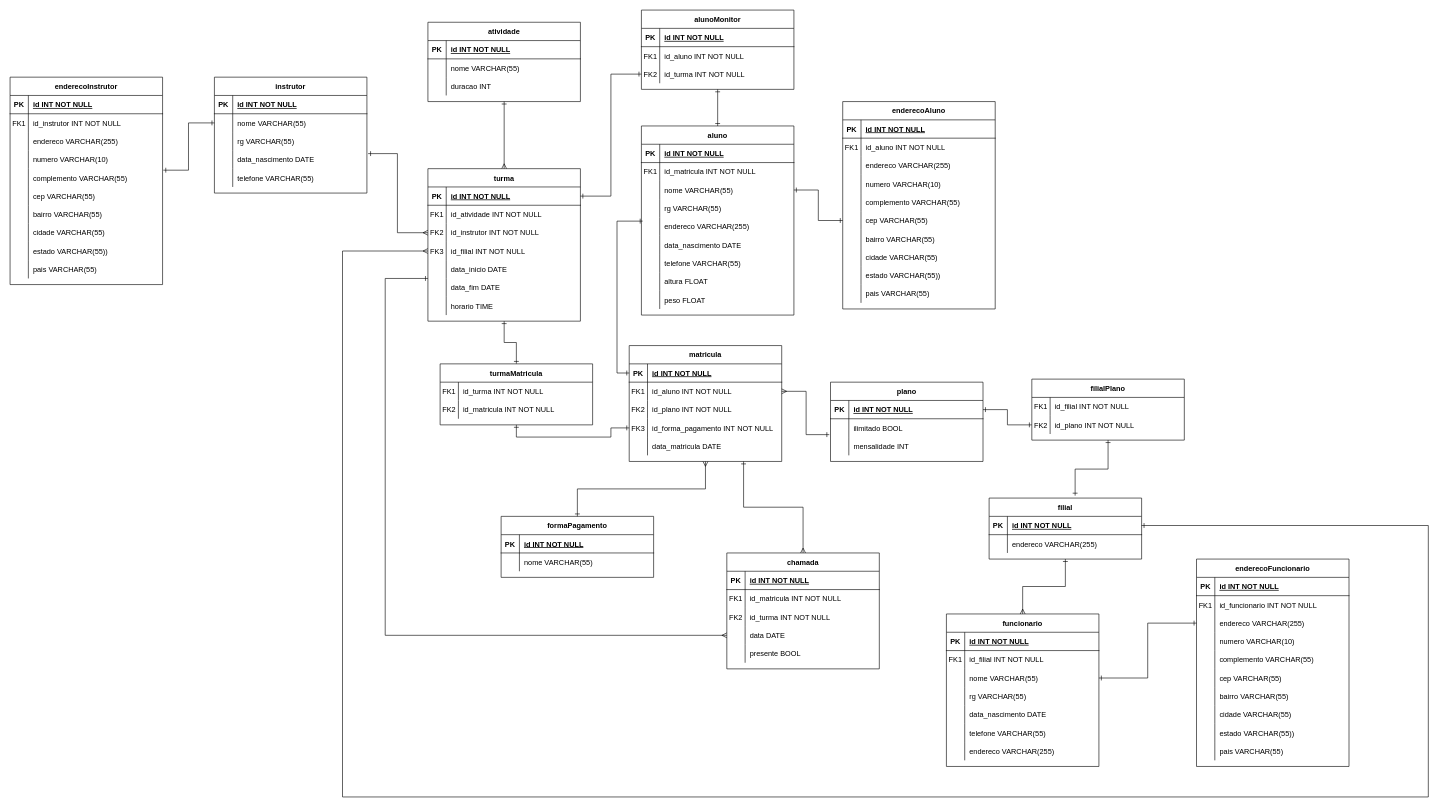
The draw.io diagram cube_fit.drawio in GustavoSouza123/ERDs, before the edit. Source tidied: cells renumbered, new cells numbered last; positions are measured from the earlier drawing's top-left corner, leaving out a move shared by most shapes. Both pictures are drawn from the tidied source at 61%, with x=0, y=0 at pixel (10, 10).
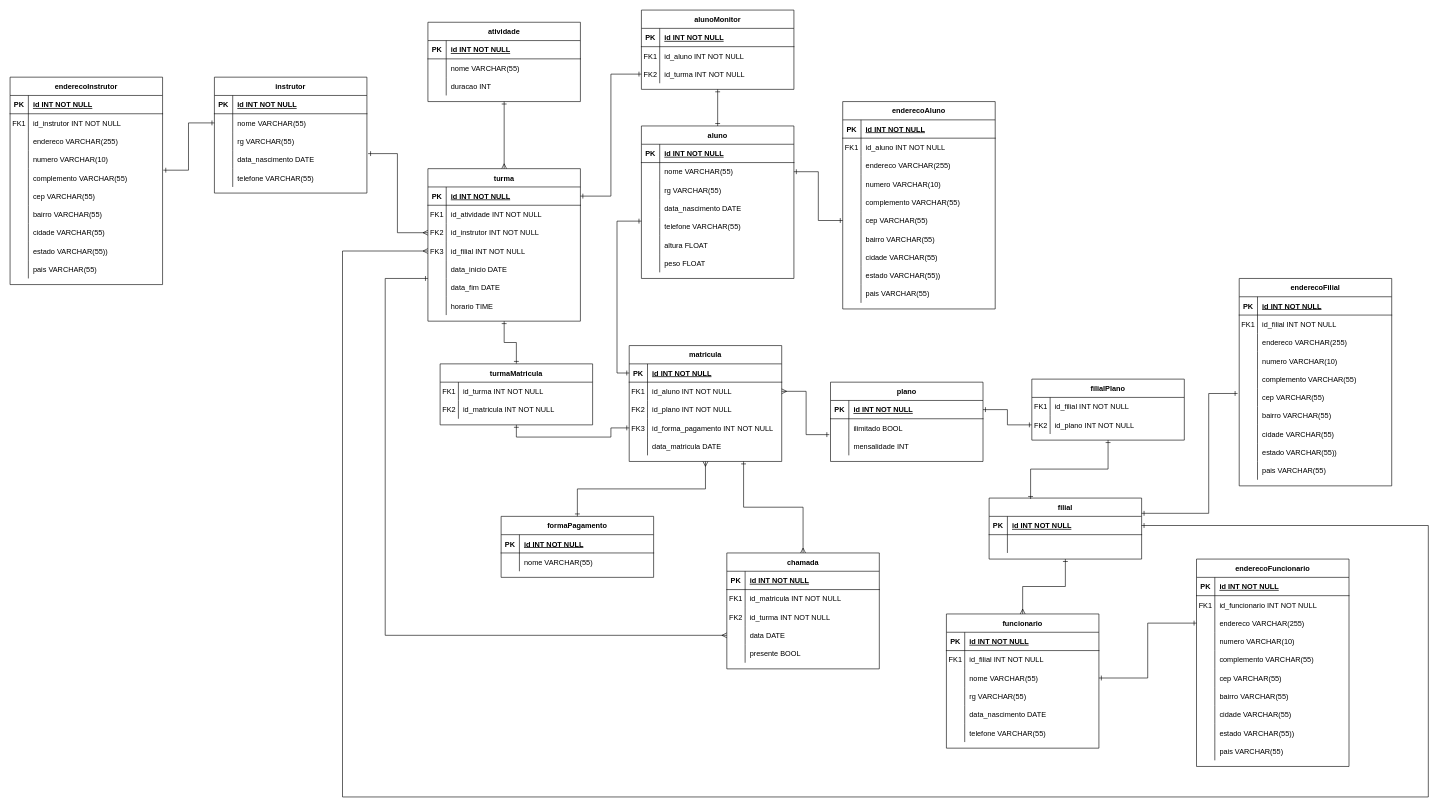
The same diagram, later.

Unchanged cells that the change refers to:
```xml
<mxCell id="97" value="filial" style="shape=table;startSize=30;childLayout=tableLayout;rowLines=0;fontStyle=1;align=center;" parent="1" vertex="1">
  <mxGeometry x="1605" y="800" width="250" height="100" as="geometry" />
</mxCell>
<mxCell id="101" style="shape=partialRectangle;fillColor=none;top=0;left=0;right=0;bottom=0;" parent="97" vertex="1">
  <mxGeometry y="60" width="250" height="30" as="geometry" />
</mxCell>
<mxCell id="113" style="shape=partialRectangle;fillColor=none;points=[[0,0.5],[1,0.5]];portConstraint=eastwest;top=0;left=0;right=0;bottom=1;" parent="112" vertex="1">
  <mxGeometry y="30" width="250" height="30" as="geometry" />
</mxCell>
<mxCell id="146" value="filialPlano" style="shape=table;startSize=30;childLayout=tableLayout;rowLines=0;fontStyle=1;align=center;" parent="1" vertex="1">
  <mxGeometry x="1675" y="605" width="250" height="100" as="geometry" />
</mxCell>
```

Diff of the diagram source:
```diff
@@
     <mxCell id="2" value="aluno" style="shape=table;startSize=30;childLayout=tableLayout;rowLines=0;fontStyle=1;align=center;" parent="1" vertex="1">
-      <mxGeometry x="1035" y="190" width="250" height="310" as="geometry" />
+      <mxGeometry x="1035" y="190" width="250" height="250" as="geometry" />
     </mxCell>
@@
-    <mxCell id="6" style="shape=partialRectangle;fillColor=none;top=0;left=0;right=0;bottom=0;" parent="2" vertex="1">
-      <mxGeometry y="60" width="250" height="30" as="geometry" />
-    </mxCell>
-    <mxCell id="7" value="FK1" style="shape=partialRectangle;overflow=hidden;fillColor=none;top=0;left=0;bottom=0;right=0;" parent="6" vertex="1">
-      <mxGeometry width="30" height="30" as="geometry" />
-    </mxCell>
-    <mxCell id="8" value="id_matricula INT NOT NULL" style="shape=partialRectangle;overflow=hidden;fillColor=none;top=0;left=0;bottom=0;right=0;align=left;spacingLeft=6;" parent="6" vertex="1">
-      <mxGeometry x="30" width="220" height="30" as="geometry" />
-    </mxCell>
     <mxCell id="9" style="shape=partialRectangle;fillColor=none;points=[[0,0.5],[1,0.5]];portConstraint=eastwest;top=0;left=0;right=0;bottom=0;" parent="2" vertex="1">
-      <mxGeometry y="90" width="250" height="30" as="geometry" />
+      <mxGeometry y="60" width="250" height="30" as="geometry" />
     </mxCell>
@@
     <mxCell id="12" style="shape=partialRectangle;fillColor=none;top=0;left=0;right=0;bottom=0;" parent="2" vertex="1">
-      <mxGeometry y="120" width="250" height="30" as="geometry" />
+      <mxGeometry y="90" width="250" height="30" as="geometry" />
     </mxCell>
@@
-    <mxCell id="15" style="shape=partialRectangle;fillColor=none;points=[[0,0.5],[1,0.5]];portConstraint=eastwest;top=0;left=0;right=0;bottom=0;" parent="2" vertex="1">
-      <mxGeometry y="150" width="250" height="30" as="geometry" />
-    </mxCell>
-    <mxCell id="16" style="shape=partialRectangle;overflow=hidden;fillColor=none;top=0;left=0;bottom=0;right=0;" parent="15" vertex="1">
-      <mxGeometry width="30" height="30" as="geometry" />
-    </mxCell>
-    <mxCell id="17" value="endereco VARCHAR(255)" style="shape=partialRectangle;overflow=hidden;fillColor=none;top=0;left=0;bottom=0;right=0;align=left;spacingLeft=6;" parent="15" vertex="1">
-      <mxGeometry x="30" width="220" height="30" as="geometry" />
-    </mxCell>
     <mxCell id="18" style="shape=partialRectangle;fillColor=none;top=0;left=0;right=0;bottom=0;" parent="2" vertex="1">
-      <mxGeometry y="180" width="250" height="30" as="geometry" />
+      <mxGeometry y="120" width="250" height="30" as="geometry" />
     </mxCell>
@@
     <mxCell id="21" style="shape=partialRectangle;fillColor=none;top=0;left=0;right=0;bottom=0;" parent="2" vertex="1">
-      <mxGeometry y="210" width="250" height="30" as="geometry" />
+      <mxGeometry y="150" width="250" height="30" as="geometry" />
     </mxCell>
@@
     <mxCell id="24" style="shape=partialRectangle;fillColor=none;top=0;left=0;right=0;bottom=0;" parent="2" vertex="1">
-      <mxGeometry y="240" width="250" height="30" as="geometry" />
+      <mxGeometry y="180" width="250" height="30" as="geometry" />
     </mxCell>
@@
     <mxCell id="27" style="shape=partialRectangle;fillColor=none;top=0;left=0;right=0;bottom=0;" parent="2" vertex="1">
-      <mxGeometry y="270" width="250" height="30" as="geometry" />
+      <mxGeometry y="210" width="250" height="30" as="geometry" />
     </mxCell>
@@
-    <mxCell id="103" value="endereco VARCHAR(255)" style="shape=partialRectangle;overflow=hidden;fillColor=none;top=0;left=0;bottom=0;right=0;align=left;spacingLeft=6;" parent="101" vertex="1">
+    <mxCell id="103" style="shape=partialRectangle;overflow=hidden;fillColor=none;top=0;left=0;bottom=0;right=0;align=left;spacingLeft=6;" parent="101" vertex="1">
       <mxGeometry x="30" width="220" height="30" as="geometry" />
     </mxCell>
@@
     <mxCell id="165" value="funcionario" style="shape=table;startSize=30;childLayout=tableLayout;rowLines=0;fontStyle=1;align=center;" parent="1" vertex="1">
-      <mxGeometry x="1535" y="990" width="250" height="250" as="geometry" />
+      <mxGeometry x="1535" y="990" width="250" height="220" as="geometry" />
     </mxCell>
@@
-    <mxCell id="184" style="shape=partialRectangle;fillColor=none;top=0;left=0;right=0;bottom=0;" parent="165" vertex="1">
-      <mxGeometry y="210" width="250" height="30" as="geometry" />
-    </mxCell>
-    <mxCell id="185" style="shape=partialRectangle;overflow=hidden;fillColor=none;top=0;left=0;bottom=0;right=0;" parent="184" vertex="1">
-      <mxGeometry width="30" height="30" as="geometry" />
-    </mxCell>
-    <mxCell id="186" value="endereco VARCHAR(255)" style="shape=partialRectangle;overflow=hidden;fillColor=none;top=0;left=0;bottom=0;right=0;align=left;spacingLeft=6;" parent="184" vertex="1">
-      <mxGeometry x="30" width="220" height="30" as="geometry" />
-    </mxCell>
@@
-    <mxCell id="190" style="edgeStyle=orthogonalEdgeStyle;rounded=0;jettySize=auto;html=1;exitX=0;exitY=0.5;exitDx=0;exitDy=0;entryX=0.008;entryY=0.2;entryDx=0;entryDy=0;entryPerimeter=0;endArrow=ERone;endFill=0;startArrow=ERone;startFill=0;" parent="1" edge="1" source="113" target="15">
-      <mxGeometry relative="1" as="geometry" />
+    <mxCell id="190" style="edgeStyle=orthogonalEdgeStyle;rounded=0;jettySize=auto;html=1;exitX=0;exitY=0.5;exitDx=0;exitDy=0;endArrow=ERone;endFill=0;startArrow=ERone;startFill=0;" parent="1" edge="1" source="113">
+      <mxGeometry relative="1" as="geometry">
+        <mxPoint x="1035" y="346" as="targetPoint" />
+        <Array as="points">
+          <mxPoint x="995" y="595" />
+          <mxPoint x="995" y="346" />
+        </Array>
+      </mxGeometry>
     </mxCell>
@@
-    <mxCell id="192" style="edgeStyle=orthogonalEdgeStyle;rounded=0;jettySize=auto;html=1;exitX=0.5;exitY=1;exitDx=0;exitDy=0;entryX=0.564;entryY=-0.04;entryDx=0;entryDy=0;entryPerimeter=0;endArrow=ERone;endFill=0;startArrow=ERone;startFill=0;" parent="1" edge="1" source="146" target="97">
+    <mxCell id="192" style="edgeStyle=orthogonalEdgeStyle;rounded=0;jettySize=auto;html=1;exitX=0.5;exitY=1;exitDx=0;exitDy=0;endArrow=ERone;endFill=0;startArrow=ERone;startFill=0;entryX=0.272;entryY=0.014;entryDx=0;entryDy=0;entryPerimeter=0;" parent="1" edge="1" source="146" target="97">
       <mxGeometry relative="1" as="geometry" />
     </mxCell>
@@
+    <mxCell id="291" value="enderecoFilial" style="shape=table;startSize=30;childLayout=tableLayout;rowLines=0;fontStyle=1;align=center;" parent="1" vertex="1">
+      <mxGeometry x="2015" y="440" width="250" height="340" as="geometry" />
+    </mxCell>
+    <mxCell id="292" style="shape=partialRectangle;fillColor=none;top=0;left=0;right=0;bottom=1;" parent="291" vertex="1">
+      <mxGeometry y="30" width="250" height="30" as="geometry" />
+    </mxCell>
+    <mxCell id="293" value="PK" style="shape=partialRectangle;overflow=hidden;fillColor=none;top=0;left=0;bottom=0;right=0;fontStyle=1;" parent="292" vertex="1">
+      <mxGeometry width="30" height="30" as="geometry" />
+    </mxCell>
+    <mxCell id="294" value="id INT NOT NULL" style="shape=partialRectangle;overflow=hidden;fillColor=none;top=0;left=0;bottom=0;right=0;align=left;spacingLeft=6;fontStyle=5;" parent="292" vertex="1">
+      <mxGeometry x="30" width="220" height="30" as="geometry" />
+    </mxCell>
+    <mxCell id="6" style="shape=partialRectangle;fillColor=none;top=0;left=0;right=0;bottom=0;" parent="291" vertex="1">
+      <mxGeometry y="60" width="250" height="30" as="geometry" />
+    </mxCell>
+    <mxCell id="7" value="FK1" style="shape=partialRectangle;overflow=hidden;fillColor=none;top=0;left=0;bottom=0;right=0;" parent="6" vertex="1">
+      <mxGeometry width="30" height="30" as="geometry" />
+    </mxCell>
+    <mxCell id="295" value="id_filial INT NOT NULL" style="shape=partialRectangle;overflow=hidden;fillColor=none;top=0;left=0;bottom=0;right=0;align=left;spacingLeft=6;" parent="6" vertex="1">
+      <mxGeometry x="30" width="220" height="30" as="geometry" />
+    </mxCell>
+    <mxCell id="296" style="shape=partialRectangle;fillColor=none;top=0;left=0;right=0;bottom=0;" parent="291" vertex="1">
+      <mxGeometry y="90" width="250" height="30" as="geometry" />
+    </mxCell>
+    <mxCell id="297" style="shape=partialRectangle;overflow=hidden;fillColor=none;top=0;left=0;bottom=0;right=0;" parent="296" vertex="1">
+      <mxGeometry width="30" height="30" as="geometry" />
+    </mxCell>
+    <mxCell id="298" value="endereco VARCHAR(255)" style="shape=partialRectangle;overflow=hidden;fillColor=none;top=0;left=0;bottom=0;right=0;align=left;spacingLeft=6;" parent="296" vertex="1">
+      <mxGeometry x="30" width="220" height="30" as="geometry" />
+    </mxCell>
+    <mxCell id="299" style="shape=partialRectangle;fillColor=none;top=0;left=0;right=0;bottom=0;" parent="291" vertex="1">
+      <mxGeometry y="120" width="250" height="30" as="geometry" />
+    </mxCell>
+    <mxCell id="300" style="shape=partialRectangle;overflow=hidden;fillColor=none;top=0;left=0;bottom=0;right=0;" parent="299" vertex="1">
+      <mxGeometry width="30" height="30" as="geometry" />
+    </mxCell>
+    <mxCell id="301" value="numero VARCHAR(10)" style="shape=partialRectangle;overflow=hidden;fillColor=none;top=0;left=0;bottom=0;right=0;align=left;spacingLeft=6;" parent="299" vertex="1">
+      <mxGeometry x="30" width="220" height="30" as="geometry" />
+    </mxCell>
+    <mxCell id="15" style="shape=partialRectangle;fillColor=none;points=[[0,0.5],[1,0.5]];portConstraint=eastwest;top=0;left=0;right=0;bottom=0;" parent="291" vertex="1">
+      <mxGeometry y="150" width="250" height="30" as="geometry" />
+    </mxCell>
+    <mxCell id="302" style="shape=partialRectangle;overflow=hidden;fillColor=none;top=0;left=0;bottom=0;right=0;" parent="15" vertex="1">
+      <mxGeometry width="30" height="30" as="geometry" />
+    </mxCell>
+    <mxCell id="303" value="complemento VARCHAR(55)" style="shape=partialRectangle;overflow=hidden;fillColor=none;top=0;left=0;bottom=0;right=0;align=left;spacingLeft=6;" parent="15" vertex="1">
+      <mxGeometry x="30" width="220" height="30" as="geometry" />
+    </mxCell>
+    <mxCell id="304" style="shape=partialRectangle;fillColor=none;points=[[0,0.5],[1,0.5]];portConstraint=eastwest;top=0;left=0;right=0;bottom=0;" parent="291" vertex="1">
+      <mxGeometry y="180" width="250" height="30" as="geometry" />
+    </mxCell>
+    <mxCell id="305" style="shape=partialRectangle;overflow=hidden;fillColor=none;top=0;left=0;bottom=0;right=0;" parent="304" vertex="1">
+      <mxGeometry width="30" height="30" as="geometry" />
+    </mxCell>
+    <mxCell id="306" value="cep VARCHAR(55)" style="shape=partialRectangle;overflow=hidden;fillColor=none;top=0;left=0;bottom=0;right=0;align=left;spacingLeft=6;" parent="304" vertex="1">
+      <mxGeometry x="30" width="220" height="30" as="geometry" />
+    </mxCell>
+    <mxCell id="184" style="shape=partialRectangle;fillColor=none;top=0;left=0;right=0;bottom=0;" parent="291" vertex="1">
+      <mxGeometry y="210" width="250" height="30" as="geometry" />
+    </mxCell>
+    <mxCell id="307" style="shape=partialRectangle;overflow=hidden;fillColor=none;top=0;left=0;bottom=0;right=0;" parent="184" vertex="1">
+      <mxGeometry width="30" height="30" as="geometry" />
+    </mxCell>
+    <mxCell id="308" value="bairro VARCHAR(55)" style="shape=partialRectangle;overflow=hidden;fillColor=none;top=0;left=0;bottom=0;right=0;align=left;spacingLeft=6;" parent="184" vertex="1">
+      <mxGeometry x="30" width="220" height="30" as="geometry" />
+    </mxCell>
+    <mxCell id="309" style="shape=partialRectangle;fillColor=none;top=0;left=0;right=0;bottom=0;" parent="291" vertex="1">
+      <mxGeometry y="240" width="250" height="30" as="geometry" />
+    </mxCell>
+    <mxCell id="310" style="shape=partialRectangle;overflow=hidden;fillColor=none;top=0;left=0;bottom=0;right=0;" parent="309" vertex="1">
+      <mxGeometry width="30" height="30" as="geometry" />
+    </mxCell>
+    <mxCell id="311" value="cidade VARCHAR(55)" style="shape=partialRectangle;overflow=hidden;fillColor=none;top=0;left=0;bottom=0;right=0;align=left;spacingLeft=6;" parent="309" vertex="1">
+      <mxGeometry x="30" width="220" height="30" as="geometry" />
+    </mxCell>
+    <mxCell id="312" style="shape=partialRectangle;fillColor=none;top=0;left=0;right=0;bottom=0;" parent="291" vertex="1">
+      <mxGeometry y="270" width="250" height="30" as="geometry" />
+    </mxCell>
+    <mxCell id="313" style="shape=partialRectangle;overflow=hidden;fillColor=none;top=0;left=0;bottom=0;right=0;" parent="312" vertex="1">
+      <mxGeometry width="30" height="30" as="geometry" />
+    </mxCell>
+    <mxCell id="314" value="estado VARCHAR(55))" style="shape=partialRectangle;overflow=hidden;fillColor=none;top=0;left=0;bottom=0;right=0;align=left;spacingLeft=6;" parent="312" vertex="1">
+      <mxGeometry x="30" width="220" height="30" as="geometry" />
+    </mxCell>
+    <mxCell id="315" style="shape=partialRectangle;fillColor=none;top=0;left=0;right=0;bottom=0;" parent="291" vertex="1">
+      <mxGeometry y="300" width="250" height="30" as="geometry" />
+    </mxCell>
+    <mxCell id="316" style="shape=partialRectangle;overflow=hidden;fillColor=none;top=0;left=0;bottom=0;right=0;" parent="315" vertex="1">
+      <mxGeometry width="30" height="30" as="geometry" />
+    </mxCell>
+    <mxCell id="317" value="pais VARCHAR(55)" style="shape=partialRectangle;overflow=hidden;fillColor=none;top=0;left=0;bottom=0;right=0;align=left;spacingLeft=6;" parent="315" vertex="1">
+      <mxGeometry x="30" width="220" height="30" as="geometry" />
+    </mxCell>
+    <mxCell id="318" style="edgeStyle=orthogonalEdgeStyle;rounded=0;jettySize=auto;html=1;exitX=1;exitY=0.25;exitDx=0;exitDy=0;entryX=-0.011;entryY=0.285;entryDx=0;entryDy=0;entryPerimeter=0;startArrow=ERone;startFill=0;endArrow=ERone;endFill=0;" parent="1" edge="1" source="97" target="304">
+      <mxGeometry relative="1" as="geometry">
+        <Array as="points">
+          <mxPoint x="1965" y="825" />
+          <mxPoint x="1965" y="629" />
+        </Array>
+      </mxGeometry>
+    </mxCell>
```
